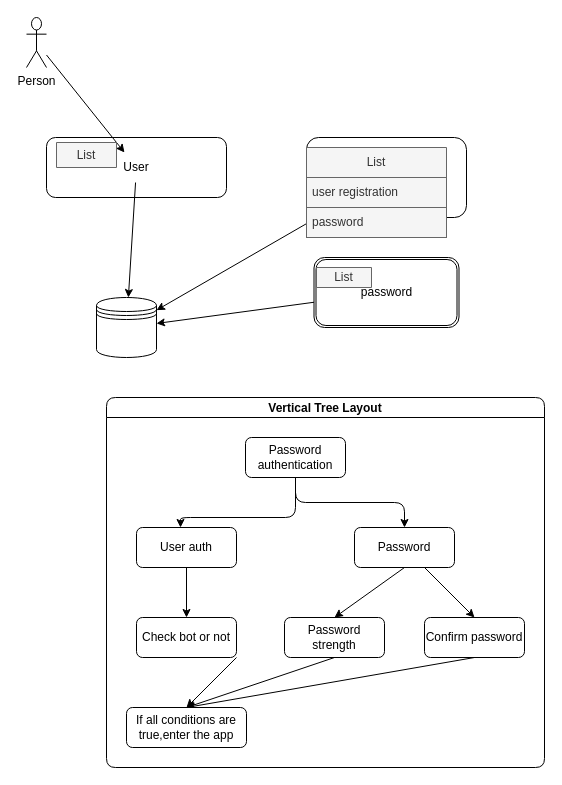
Before: Java_project/Flowchart.dio in MinLu-prog/Password-authentication-in-Java, a draw.io diagram. Source tidied: cells renumbered, new cells numbered last; positions are measured from the earlier drawing's top-left corner, leaving out a move shared by most shapes. Both pictures are drawn from the tidied source at 100%, with x=0, y=0 at pixel (26, 17).
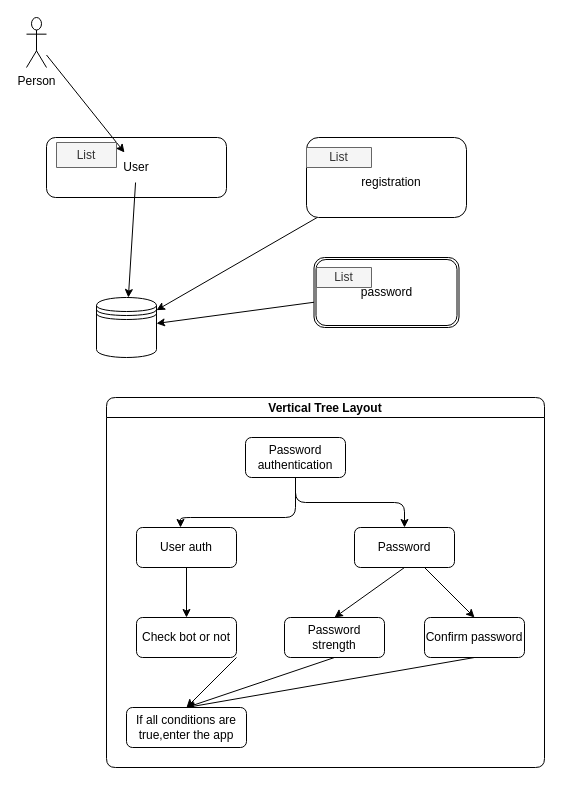
After the change.

Change to the diagram source:
```diff
@@
-    <mxCell id="10" value="List" style="swimlane;fontStyle=0;horizontal=1;startSize=30;whiteSpace=wrap;html=1;fillColor=#f5f5f5;fontColor=#333333;strokeColor=#666666;" parent="1" vertex="1">
-      <mxGeometry x="280" y="130" width="140" height="90" as="geometry" />
+    <mxCell id="10" value="List" style="swimlane;fontStyle=0;horizontal=1;startSize=30;whiteSpace=wrap;html=1;fillColor=#f5f5f5;fontColor=#333333;strokeColor=#666666;" parent="1" vertex="1" collapsed="1">
+      <mxGeometry x="280" y="130" width="65" height="20" as="geometry" />
     </mxCell>
-    <mxCell id="11" value="user registration" style="text;strokeColor=#666666;fillColor=#f5f5f5;align=left;verticalAlign=middle;spacingLeft=4;spacingRight=4;overflow=hidden;whiteSpace=wrap;html=1;fontColor=#333333;" parent="10" vertex="1">
-      <mxGeometry y="30" width="140" height="30" as="geometry" />
-    </mxCell>
-    <mxCell id="12" value="password" style="text;strokeColor=#666666;fillColor=#f5f5f5;align=left;verticalAlign=middle;spacingLeft=4;spacingRight=4;overflow=hidden;whiteSpace=wrap;html=1;fontColor=#333333;" parent="10" vertex="1">
-      <mxGeometry y="60" width="140" height="30" as="geometry" />
-    </mxCell>
```
